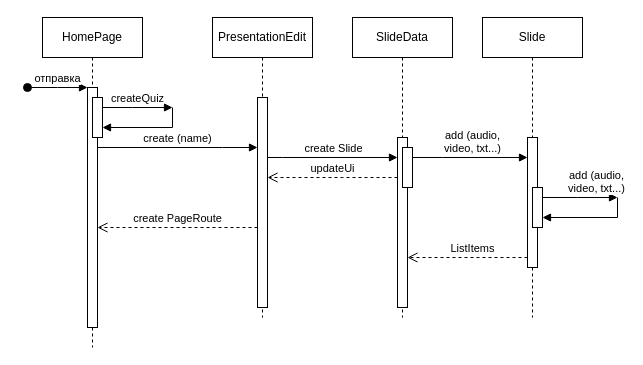
Earlier version of the draw.io diagram диаграмма последовательности_2.drawio (Pib0di/diagramms). Source tidied: cells renumbered, new cells numbered last; positions are measured from the earlier drawing's top-left corner, leaving out a move shared by most shapes. Both pictures are drawn from the tidied source at 100%, with x=0, y=0 at pixel (27, 17).
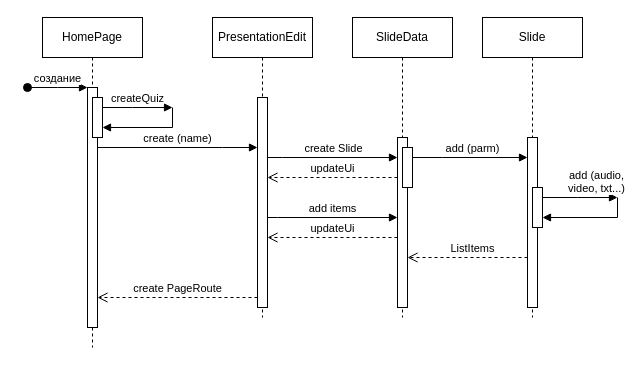
After the change.

The change refers to these unchanged cells:
```xml
<mxCell id="2" value="HomePage" style="shape=umlLifeline;perimeter=lifelinePerimeter;whiteSpace=wrap;html=1;newEdgeStyle={&quot;edgeStyle&quot;:&quot;elbowEdgeStyle&quot;,&quot;elbow&quot;:&quot;vertical&quot;,&quot;curved&quot;:0,&quot;rounded&quot;:0};" parent="1" vertex="1">
  <mxGeometry x="15" width="100" height="330" as="geometry" />
</mxCell>
<mxCell id="3" style="html=1;points=[];perimeter=orthogonalPerimeter;outlineConnect=0;targetShapes=umlLifeline;portConstraint=eastwest;newEdgeStyle={&quot;edgeStyle&quot;:&quot;elbowEdgeStyle&quot;,&quot;elbow&quot;:&quot;vertical&quot;,&quot;curved&quot;:0,&quot;rounded&quot;:0};" parent="2" vertex="1">
  <mxGeometry x="45" y="70" width="10" height="240" as="geometry" />
</mxCell>
<mxCell id="7" style="html=1;points=[];perimeter=orthogonalPerimeter;outlineConnect=0;targetShapes=umlLifeline;portConstraint=eastwest;newEdgeStyle={&quot;edgeStyle&quot;:&quot;elbowEdgeStyle&quot;,&quot;elbow&quot;:&quot;vertical&quot;,&quot;curved&quot;:0,&quot;rounded&quot;:0};" parent="6" vertex="1">
  <mxGeometry x="45" y="80" width="10" height="210" as="geometry" />
</mxCell>
<mxCell id="13" style="html=1;points=[];perimeter=orthogonalPerimeter;outlineConnect=0;targetShapes=umlLifeline;portConstraint=eastwest;newEdgeStyle={&quot;edgeStyle&quot;:&quot;elbowEdgeStyle&quot;,&quot;elbow&quot;:&quot;vertical&quot;,&quot;curved&quot;:0,&quot;rounded&quot;:0};" parent="12" vertex="1">
  <mxGeometry x="45" y="120" width="10" height="170" as="geometry" />
</mxCell>
<mxCell id="14" style="html=1;points=[];perimeter=orthogonalPerimeter;outlineConnect=0;targetShapes=umlLifeline;portConstraint=eastwest;newEdgeStyle={&quot;edgeStyle&quot;:&quot;elbowEdgeStyle&quot;,&quot;elbow&quot;:&quot;vertical&quot;,&quot;curved&quot;:0,&quot;rounded&quot;:0};" parent="12" vertex="1">
  <mxGeometry x="50" y="130" width="10" height="40" as="geometry" />
</mxCell>
<mxCell id="18" value="Slide" style="shape=umlLifeline;perimeter=lifelinePerimeter;whiteSpace=wrap;html=1;newEdgeStyle={&quot;edgeStyle&quot;:&quot;elbowEdgeStyle&quot;,&quot;elbow&quot;:&quot;vertical&quot;,&quot;curved&quot;:0,&quot;rounded&quot;:0};" parent="1" vertex="1">
  <mxGeometry x="455" width="100" height="300" as="geometry" />
</mxCell>
```

Change to the diagram source:
```diff
@@
-    <mxCell id="4" value="отправка" style="html=1;verticalAlign=bottom;startArrow=oval;endArrow=block;startSize=8;edgeStyle=elbowEdgeStyle;elbow=vertical;curved=0;rounded=0;" parent="2" edge="1" target="3">
+    <mxCell id="4" value="создание" style="html=1;verticalAlign=bottom;startArrow=oval;endArrow=block;startSize=8;edgeStyle=elbowEdgeStyle;elbow=vertical;curved=0;rounded=0;" parent="2" edge="1" target="3">
       <mxGeometry relative="1" as="geometry">
         <mxPoint x="-15" y="70" as="sourcePoint" />
       </mxGeometry>
     </mxCell>
@@
     <mxCell id="9" value="create PageRoute" style="html=1;verticalAlign=bottom;endArrow=open;dashed=1;endSize=8;edgeStyle=elbowEdgeStyle;elbow=vertical;curved=0;rounded=0;" parent="1" edge="1" source="7" target="3">
       <mxGeometry relative="1" as="geometry">
         <Array as="points">
+          <mxPoint x="165" y="280" />
           <mxPoint x="195" y="210" />
           <mxPoint x="155" y="240" />
         </Array>
       </mxGeometry>
     </mxCell>
@@
-    <mxCell id="16" value="add (audio, &lt;br&gt;video, txt...)" style="html=1;verticalAlign=bottom;endArrow=block;edgeStyle=elbowEdgeStyle;elbow=vertical;curved=0;rounded=0;strokeColor=default;" parent="1" edge="1" source="14" target="19">
+    <mxCell id="16" value="add (parm)" style="html=1;verticalAlign=bottom;endArrow=block;edgeStyle=elbowEdgeStyle;elbow=vertical;curved=0;rounded=0;strokeColor=default;" parent="1" edge="1" source="14" target="19">
       <mxGeometry x="0.04" relative="1" as="geometry">
         <Array as="points">
           <mxPoint x="415" y="140" />
           <mxPoint x="415" y="130" />
           <mxPoint x="425" y="160" />
           <mxPoint x="465" y="180" />
           <mxPoint x="425" y="160" />
           <mxPoint x="395" y="180" />
         </Array>
       </mxGeometry>
     </mxCell>
@@
     <mxCell id="19" style="html=1;points=[];perimeter=orthogonalPerimeter;outlineConnect=0;targetShapes=umlLifeline;portConstraint=eastwest;newEdgeStyle={&quot;edgeStyle&quot;:&quot;elbowEdgeStyle&quot;,&quot;elbow&quot;:&quot;vertical&quot;,&quot;curved&quot;:0,&quot;rounded&quot;:0};" parent="18" vertex="1">
-      <mxGeometry x="45" y="120" width="10" height="130" as="geometry" />
+      <mxGeometry x="45" y="120" width="10" height="170" as="geometry" />
     </mxCell>
@@
+    <mxCell id="24" value="add items" style="html=1;verticalAlign=bottom;endArrow=block;edgeStyle=elbowEdgeStyle;elbow=vertical;curved=0;rounded=0;" parent="1" edge="1" source="7" target="13">
+      <mxGeometry relative="1" as="geometry">
+        <Array as="points">
+          <mxPoint x="250" y="200" />
+          <mxPoint x="365" y="190" />
+          <mxPoint x="265" y="220" />
+          <mxPoint x="355" y="190" />
+          <mxPoint x="265" y="210" />
+          <mxPoint x="315" y="140" />
+        </Array>
+      </mxGeometry>
+    </mxCell>
+    <mxCell id="25" value="updateUi" style="html=1;verticalAlign=bottom;endArrow=open;dashed=1;endSize=8;edgeStyle=elbowEdgeStyle;elbow=vertical;curved=0;rounded=0;" parent="1" edge="1" source="13" target="7">
+      <mxGeometry relative="1" as="geometry">
+        <Array as="points">
+          <mxPoint x="310" y="220" />
+          <mxPoint x="330" y="300" />
+          <mxPoint x="285" y="270" />
+        </Array>
+      </mxGeometry>
+    </mxCell>
```
